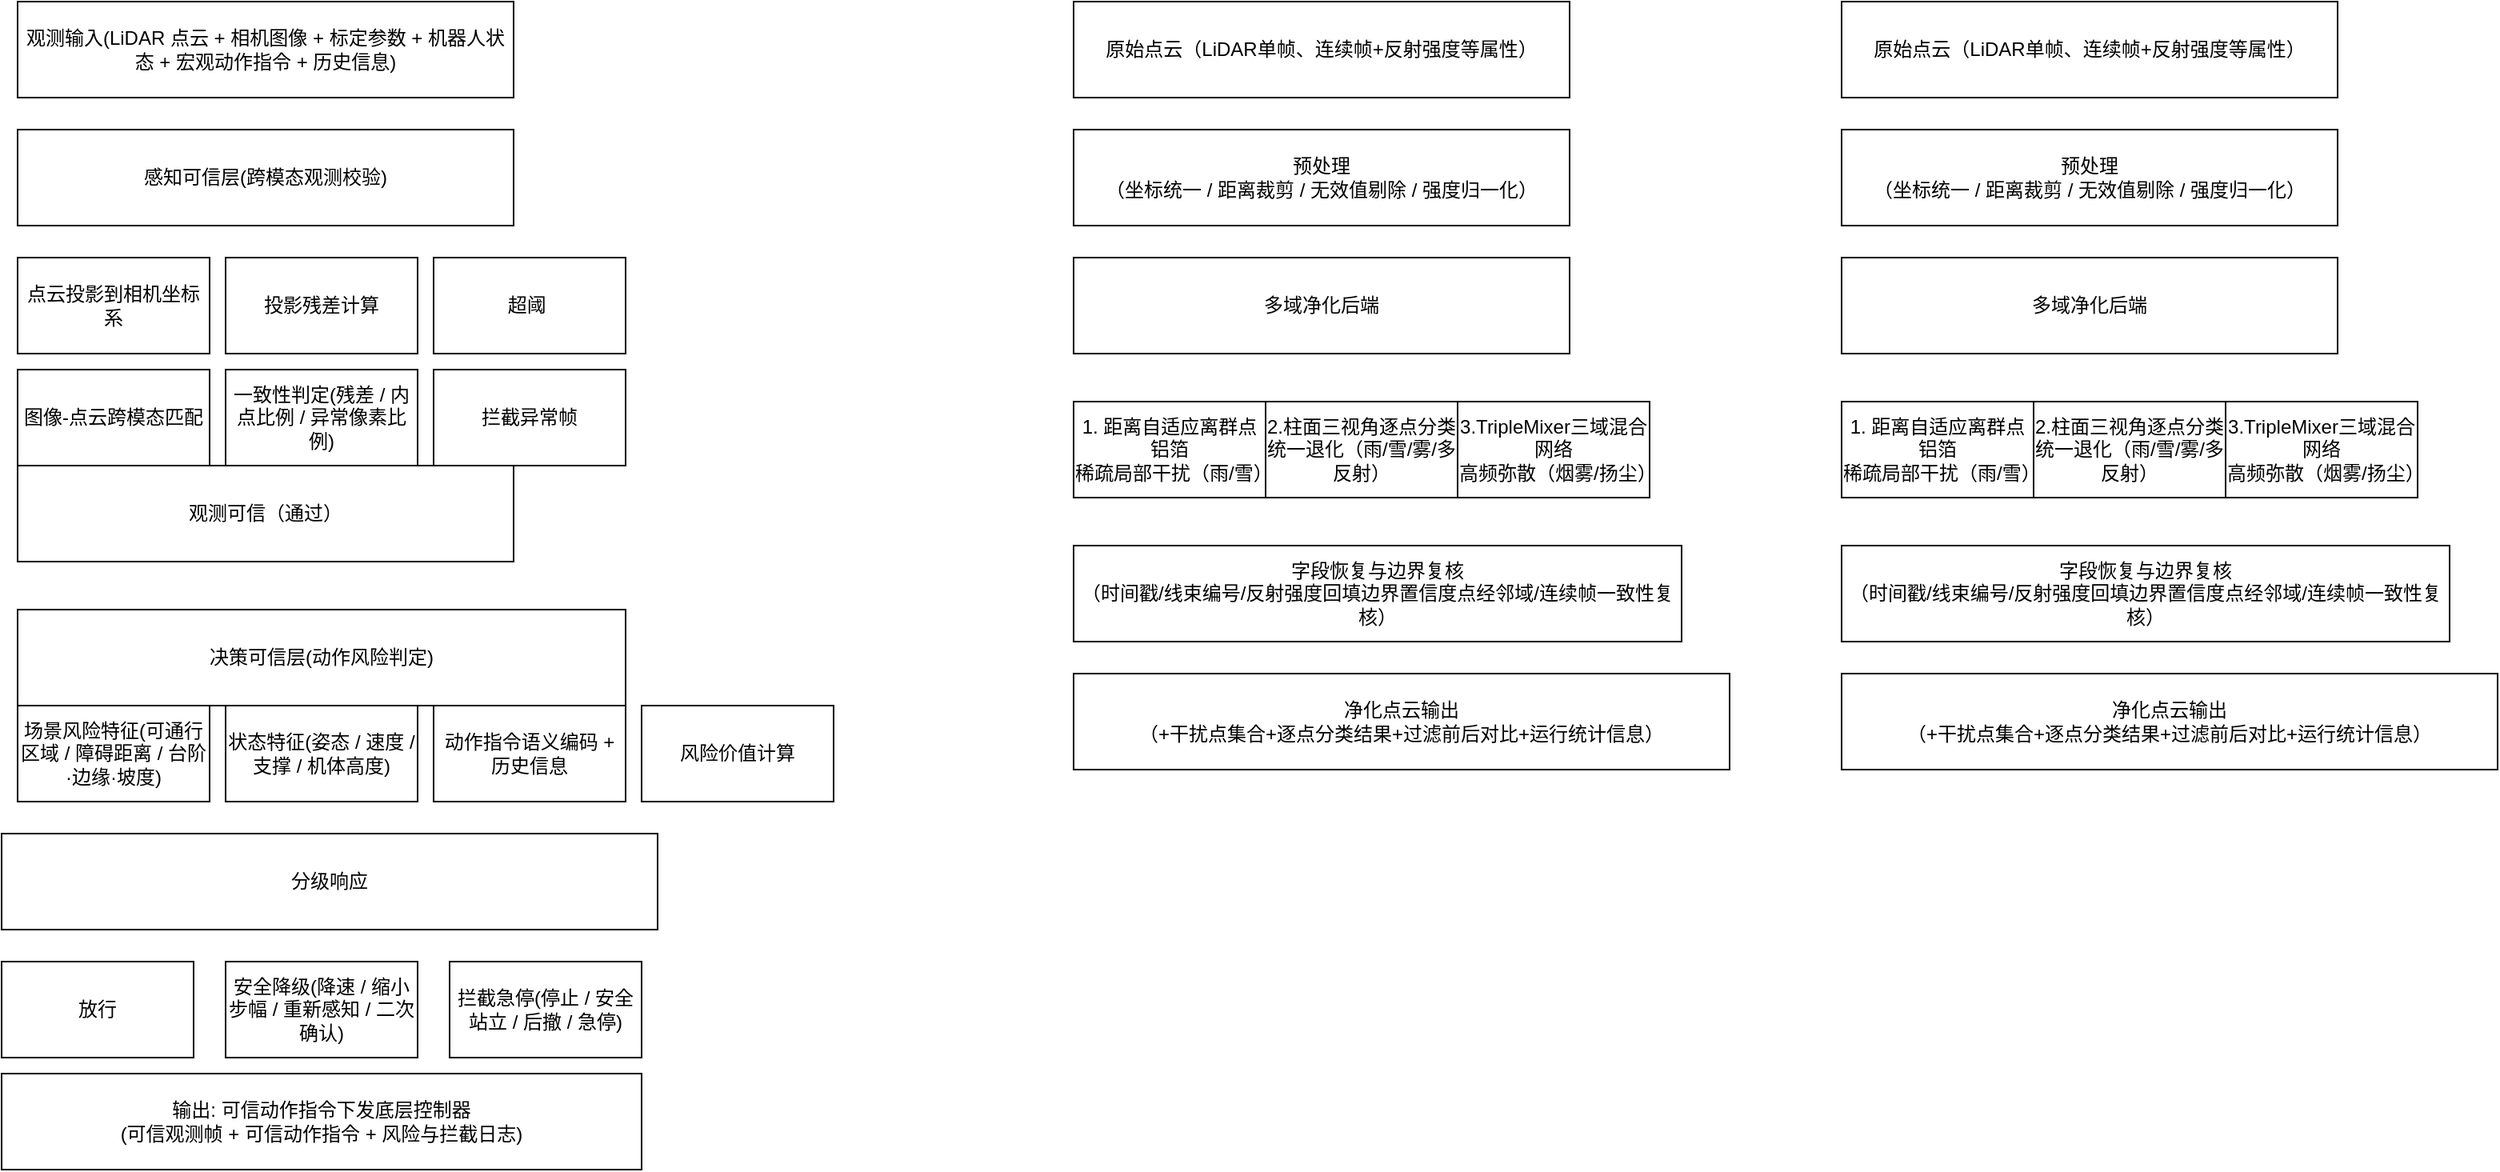
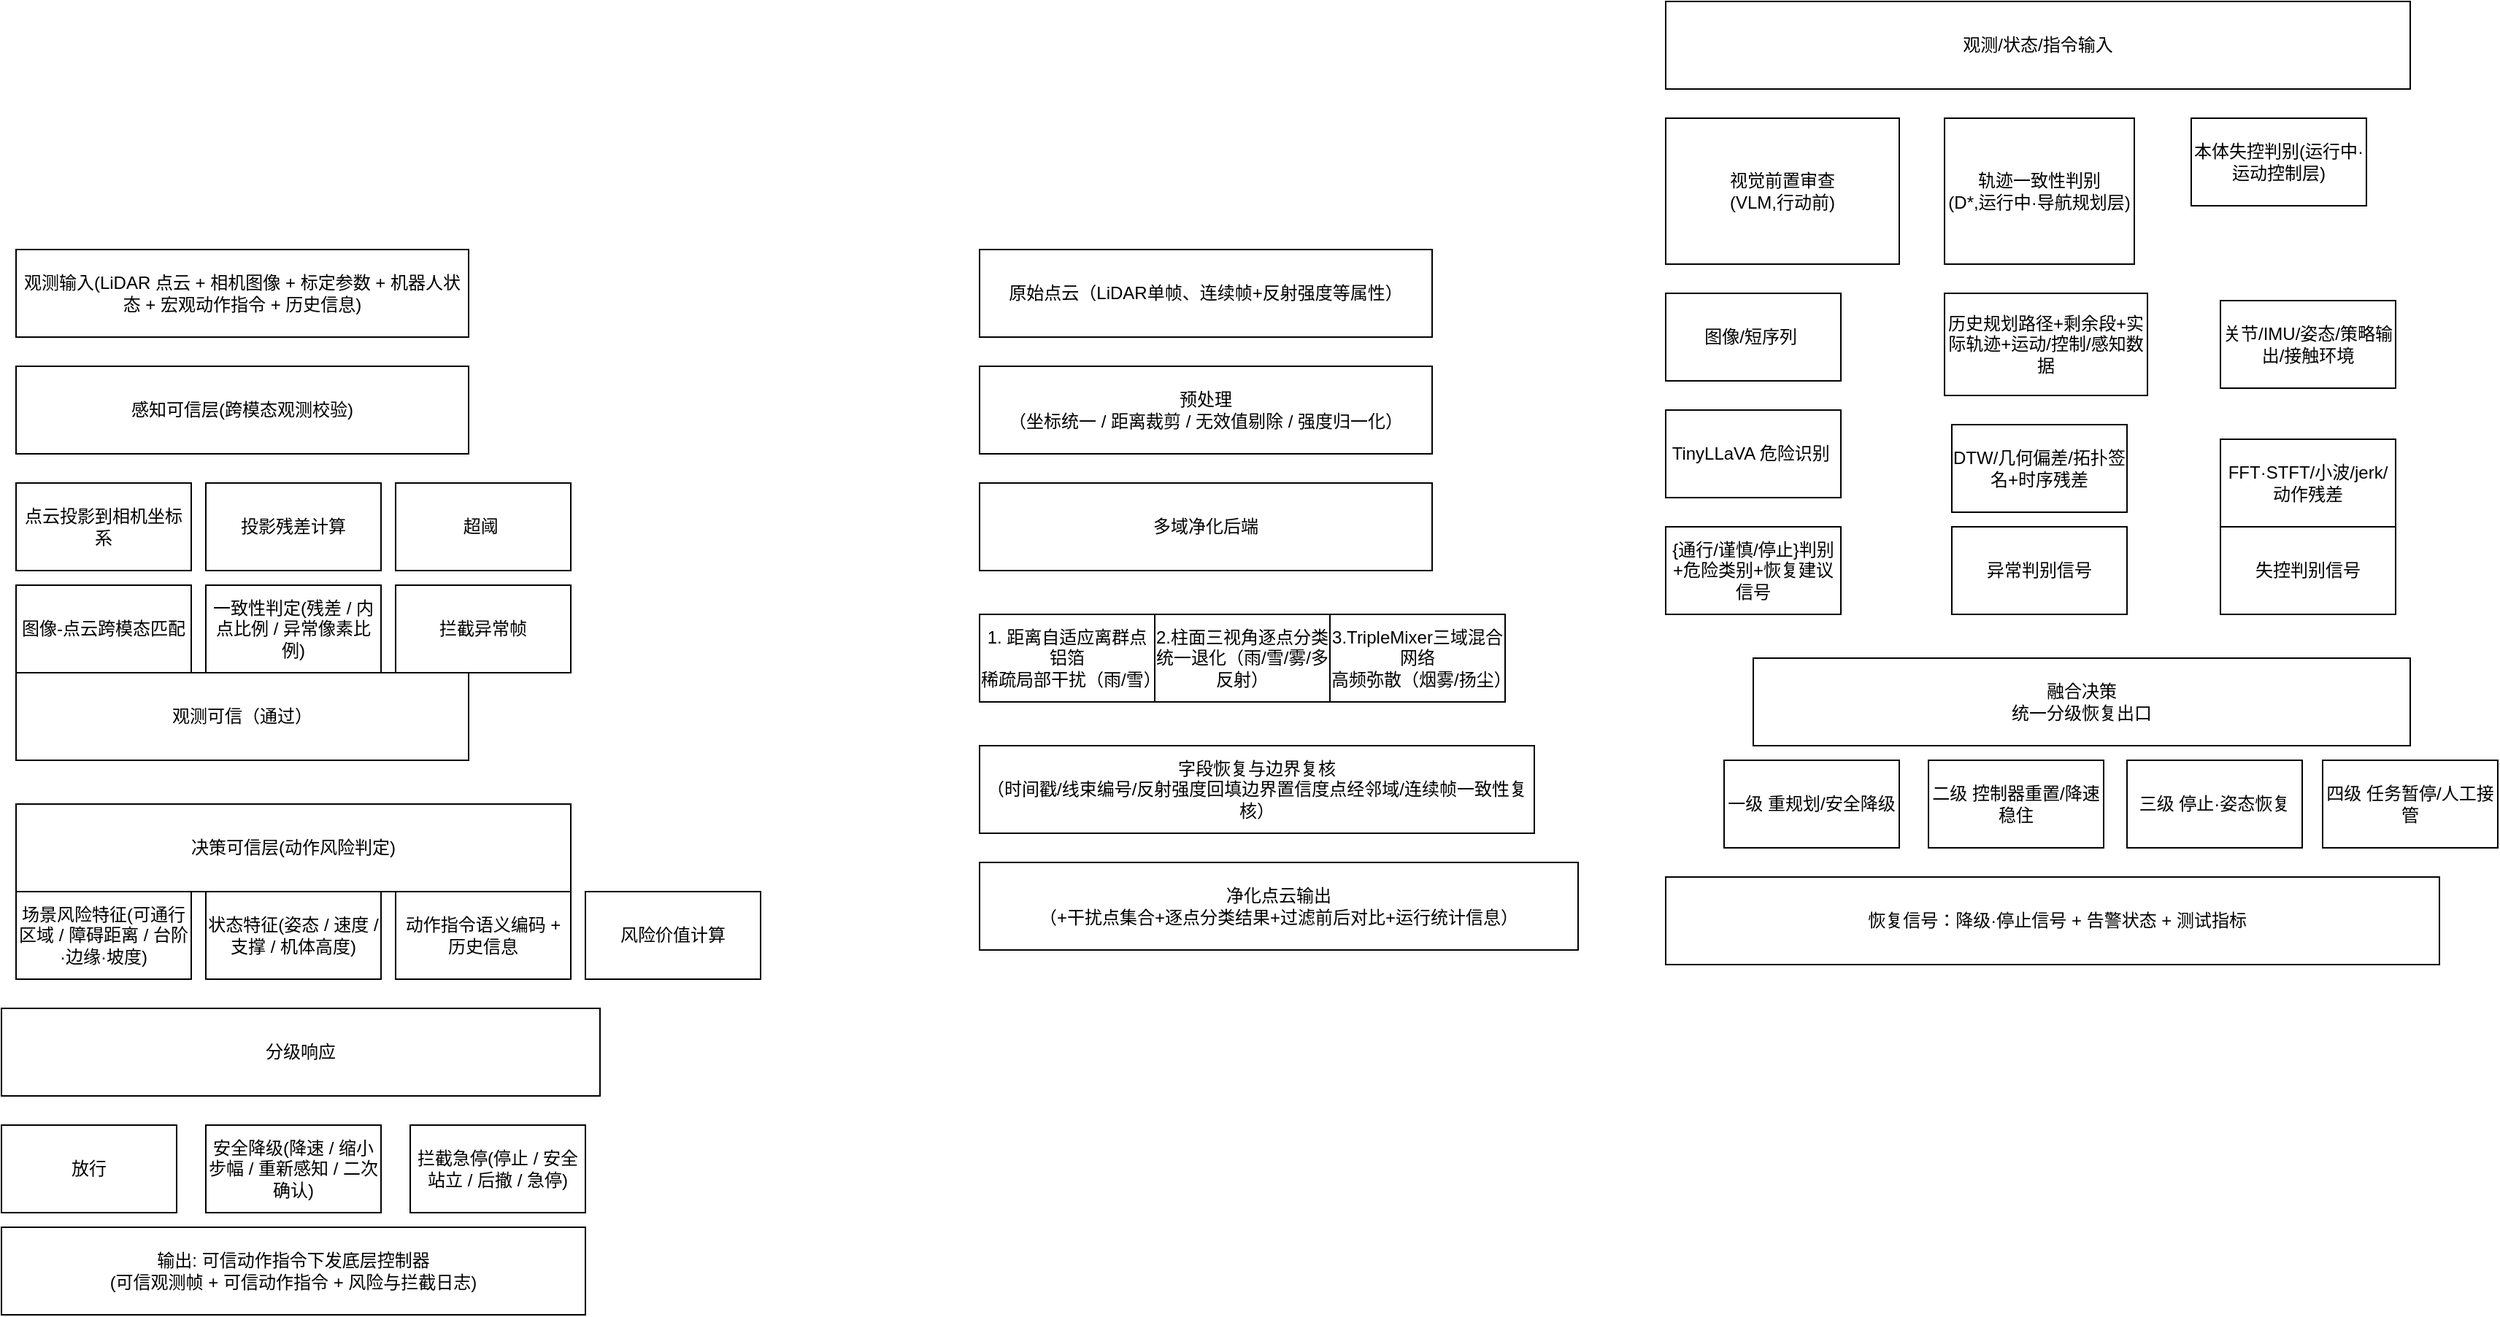
<mxfile host="app.diagrams.net">
  <diagram name="第 1 页" id="dQhYHDXbdkFcSWuIQUrr">
-     <mxGraphModel dx="1777" dy="858" grid="1" gridSize="10" guides="1" tooltips="1" connect="1" arrows="1" fold="1" page="1" pageScale="1" pageWidth="827" pageHeight="1169" math="0" shadow="0">
+     <mxGraphModel dx="5959" dy="4632" grid="1" gridSize="10" guides="1" tooltips="1" connect="1" arrows="1" fold="1" page="1" pageScale="1" pageWidth="827" pageHeight="1169" math="0" shadow="0">
      <root>
        <mxCell id="0" />
        <mxCell id="1" parent="0" />
        <mxCell id="31ud5ujLwNF54YdYqB_e-1" parent="1" style="rounded=0;whiteSpace=wrap;html=1;" value="观测输入(LiDAR 点云 + 相机图像 + 标定参数 + 机器人状态 + 宏观动作指令 + 历史信息)" vertex="1">
          <mxGeometry height="60" width="310" x="-90" y="190" as="geometry" />
        </mxCell>
        <mxCell id="31ud5ujLwNF54YdYqB_e-2" parent="1" style="rounded=0;whiteSpace=wrap;html=1;" value="感知可信层(跨模态观测校验)" vertex="1">
          <mxGeometry height="60" width="310" x="-90" y="270" as="geometry" />
        </mxCell>
        <mxCell id="31ud5ujLwNF54YdYqB_e-3" parent="1" style="rounded=0;whiteSpace=wrap;html=1;" value="观测可信（通过）" vertex="1">
          <mxGeometry height="60" width="310" x="-90" y="480" as="geometry" />
        </mxCell>
        <mxCell id="BFLlxgR6k2uAPhuwH8G4-3" parent="1" style="rounded=0;whiteSpace=wrap;html=1;" value="决策可信层(动作风险判定)" vertex="1">
          <mxGeometry height="60" width="380" x="-90" y="570" as="geometry" />
        </mxCell>
        <mxCell id="BFLlxgR6k2uAPhuwH8G4-4" parent="1" style="rounded=0;whiteSpace=wrap;html=1;" value="分级响应" vertex="1">
          <mxGeometry height="60" width="410" x="-100" y="710" as="geometry" />
        </mxCell>
        <mxCell id="BFLlxgR6k2uAPhuwH8G4-6" parent="1" style="rounded=0;whiteSpace=wrap;html=1;" value="原始点云（LiDAR单帧、连续帧+反射强度等属性）" vertex="1">
          <mxGeometry height="60" width="310" x="570" y="190" as="geometry" />
        </mxCell>
        <mxCell id="BFLlxgR6k2uAPhuwH8G4-7" parent="1" style="rounded=0;whiteSpace=wrap;html=1;" value="预处理&lt;div&gt;（坐标统一 / 距离裁剪 / 无效值剔除 / 强度归一化）&lt;/div&gt;" vertex="1">
          <mxGeometry height="60" width="310" x="570" y="270" as="geometry" />
        </mxCell>
        <mxCell id="BFLlxgR6k2uAPhuwH8G4-8" parent="1" style="rounded=0;whiteSpace=wrap;html=1;" value="多域净化后端" vertex="1">
          <mxGeometry height="60" width="310" x="570" y="350" as="geometry" />
        </mxCell>
        <mxCell id="BFLlxgR6k2uAPhuwH8G4-9" parent="1" style="rounded=0;whiteSpace=wrap;html=1;" value="1. 距离自适应离群点铝箔&lt;div&gt;稀疏局部干扰（雨/雪）&lt;/div&gt;" vertex="1">
          <mxGeometry height="60" width="120" x="570" y="440" as="geometry" />
        </mxCell>
        <mxCell id="BFLlxgR6k2uAPhuwH8G4-10" parent="1" style="rounded=0;whiteSpace=wrap;html=1;" value="2.柱面三视角逐点分类&lt;div&gt;统一退化（雨/雪/雾/多反射）&lt;/div&gt;" vertex="1">
          <mxGeometry height="60" width="120" x="690" y="440" as="geometry" />
        </mxCell>
        <mxCell id="BFLlxgR6k2uAPhuwH8G4-11" parent="1" style="rounded=0;whiteSpace=wrap;html=1;" value="3.TripleMixer三域混合网络&lt;div&gt;高频弥散（烟雾/扬尘）&lt;/div&gt;" vertex="1">
          <mxGeometry height="60" width="120" x="810" y="440" as="geometry" />
        </mxCell>
        <mxCell id="BFLlxgR6k2uAPhuwH8G4-12" parent="1" style="rounded=0;whiteSpace=wrap;html=1;" value="字段恢复与边界复核&lt;div&gt;（时间戳/线束编号/反射强度回填边界置信度点经邻域/连续帧一致性复核）&lt;/div&gt;" vertex="1">
          <mxGeometry height="60" width="380" x="570" y="530" as="geometry" />
        </mxCell>
        <mxCell id="BFLlxgR6k2uAPhuwH8G4-13" parent="1" style="rounded=0;whiteSpace=wrap;html=1;" value="净化点云输出&lt;div&gt;（+干扰点集合+逐点分类结果+过滤前后对比+运行统计信息）&lt;/div&gt;" vertex="1">
          <mxGeometry height="60" width="410" x="570" y="610" as="geometry" />
        </mxCell>
-         <mxCell id="BFLlxgR6k2uAPhuwH8G4-14" parent="1" style="rounded=0;whiteSpace=wrap;html=1;" value="原始点云（LiDAR单帧、连续帧+反射强度等属性）" vertex="1">
-           <mxGeometry height="60" width="310" x="1050" y="190" as="geometry" />
+         <mxCell id="BFLlxgR6k2uAPhuwH8G4-14" parent="1" style="rounded=0;whiteSpace=wrap;html=1;" value="观测/状态/指令输入" vertex="1">
+           <mxGeometry height="60" width="510" x="1040" y="20" as="geometry" />
        </mxCell>
-         <mxCell id="BFLlxgR6k2uAPhuwH8G4-15" parent="1" style="rounded=0;whiteSpace=wrap;html=1;" value="预处理&lt;div&gt;（坐标统一 / 距离裁剪 / 无效值剔除 / 强度归一化）&lt;/div&gt;" vertex="1">
-           <mxGeometry height="60" width="310" x="1050" y="270" as="geometry" />
+         <mxCell id="BFLlxgR6k2uAPhuwH8G4-15" parent="1" style="rounded=0;whiteSpace=wrap;html=1;" value="视觉前置审查&lt;div&gt;(VLM,行动前)&lt;/div&gt;" vertex="1">
+           <mxGeometry height="100" width="160" x="1040" y="100" as="geometry" />
        </mxCell>
-         <mxCell id="BFLlxgR6k2uAPhuwH8G4-16" parent="1" style="rounded=0;whiteSpace=wrap;html=1;" value="多域净化后端" vertex="1">
-           <mxGeometry height="60" width="310" x="1050" y="350" as="geometry" />
+         <mxCell id="BFLlxgR6k2uAPhuwH8G4-17" parent="1" style="rounded=0;whiteSpace=wrap;html=1;" value="{通行/谨慎/停止}判别+危险类别+恢复建议信号" vertex="1">
+           <mxGeometry height="60" width="120" x="1040" y="380" as="geometry" />
        </mxCell>
-         <mxCell id="BFLlxgR6k2uAPhuwH8G4-17" parent="1" style="rounded=0;whiteSpace=wrap;html=1;" value="1. 距离自适应离群点铝箔&lt;div&gt;稀疏局部干扰（雨/雪）&lt;/div&gt;" vertex="1">
-           <mxGeometry height="60" width="120" x="1050" y="440" as="geometry" />
+         <mxCell id="BFLlxgR6k2uAPhuwH8G4-18" parent="1" style="rounded=0;whiteSpace=wrap;html=1;" value="轨迹一致性判别&lt;div&gt;(D*,运行中·导航规划层)&lt;/div&gt;" vertex="1">
+           <mxGeometry height="100" width="130" x="1231" y="100" as="geometry" />
        </mxCell>
-         <mxCell id="BFLlxgR6k2uAPhuwH8G4-18" parent="1" style="rounded=0;whiteSpace=wrap;html=1;" value="2.柱面三视角逐点分类&lt;div&gt;统一退化（雨/雪/雾/多反射）&lt;/div&gt;" vertex="1">
-           <mxGeometry height="60" width="120" x="1170" y="440" as="geometry" />
+         <mxCell id="BFLlxgR6k2uAPhuwH8G4-19" parent="1" style="rounded=0;whiteSpace=wrap;html=1;" value="历史规划路径+剩余段+实际轨迹+运动/控制/感知数据" vertex="1">
+           <mxGeometry height="70" width="139" x="1231" y="220" as="geometry" />
        </mxCell>
-         <mxCell id="BFLlxgR6k2uAPhuwH8G4-19" parent="1" style="rounded=0;whiteSpace=wrap;html=1;" value="3.TripleMixer三域混合网络&lt;div&gt;高频弥散（烟雾/扬尘）&lt;/div&gt;" vertex="1">
-           <mxGeometry height="60" width="120" x="1290" y="440" as="geometry" />
+         <mxCell id="BFLlxgR6k2uAPhuwH8G4-20" parent="1" style="rounded=0;whiteSpace=wrap;html=1;" value="融合决策&lt;div&gt;统一分级恢复出口&lt;/div&gt;" vertex="1">
+           <mxGeometry height="60" width="450" x="1100" y="470" as="geometry" />
        </mxCell>
-         <mxCell id="BFLlxgR6k2uAPhuwH8G4-20" parent="1" style="rounded=0;whiteSpace=wrap;html=1;" value="字段恢复与边界复核&lt;div&gt;（时间戳/线束编号/反射强度回填边界置信度点经邻域/连续帧一致性复核）&lt;/div&gt;" vertex="1">
-           <mxGeometry height="60" width="380" x="1050" y="530" as="geometry" />
-         </mxCell>
-         <mxCell id="BFLlxgR6k2uAPhuwH8G4-21" parent="1" style="rounded=0;whiteSpace=wrap;html=1;" value="净化点云输出&lt;div&gt;（+干扰点集合+逐点分类结果+过滤前后对比+运行统计信息）&lt;/div&gt;" vertex="1">
-           <mxGeometry height="60" width="410" x="1050" y="610" as="geometry" />
+         <mxCell id="BFLlxgR6k2uAPhuwH8G4-21" parent="1" style="rounded=0;whiteSpace=wrap;html=1;" value="&amp;nbsp; 恢复信号：降级·停止信号 + 告警状态 + 测试指标" vertex="1">
+           <mxGeometry height="60" width="530" x="1040" y="620" as="geometry" />
        </mxCell>
        <mxCell id="BFLlxgR6k2uAPhuwH8G4-22" parent="1" style="rounded=0;whiteSpace=wrap;html=1;" value="点云投影到相机坐标系" vertex="1">
          <mxGeometry height="60" width="120" x="-90" y="350" as="geometry" />
        </mxCell>
        <mxCell id="BFLlxgR6k2uAPhuwH8G4-23" parent="1" style="rounded=0;whiteSpace=wrap;html=1;" value="图像-点云跨模态匹配" vertex="1">
          <mxGeometry height="60" width="120" x="-90" y="420" as="geometry" />
        </mxCell>
        <mxCell id="BFLlxgR6k2uAPhuwH8G4-24" parent="1" style="rounded=0;whiteSpace=wrap;html=1;" value="投影残差计算" vertex="1">
          <mxGeometry height="60" width="120" x="40" y="350" as="geometry" />
        </mxCell>
        <mxCell id="BFLlxgR6k2uAPhuwH8G4-25" parent="1" style="rounded=0;whiteSpace=wrap;html=1;" value="一致性判定(残差 / 内点比例 / 异常像素比例)" vertex="1">
          <mxGeometry height="60" width="120" x="40" y="420" as="geometry" />
        </mxCell>
        <mxCell id="BFLlxgR6k2uAPhuwH8G4-26" parent="1" style="rounded=0;whiteSpace=wrap;html=1;" value="超阈&amp;nbsp;" vertex="1">
          <mxGeometry height="60" width="120" x="170" y="350" as="geometry" />
        </mxCell>
        <mxCell id="BFLlxgR6k2uAPhuwH8G4-27" parent="1" style="rounded=0;whiteSpace=wrap;html=1;" value="拦截异常帧" vertex="1">
          <mxGeometry height="60" width="120" x="170" y="420" as="geometry" />
        </mxCell>
        <mxCell id="BFLlxgR6k2uAPhuwH8G4-28" parent="1" style="rounded=0;whiteSpace=wrap;html=1;" value="场景风险特征(可通行区域 / 障碍距离 / 台阶·边缘·坡度)" vertex="1">
          <mxGeometry height="60" width="120" x="-90" y="630" as="geometry" />
        </mxCell>
        <mxCell id="BFLlxgR6k2uAPhuwH8G4-29" parent="1" style="rounded=0;whiteSpace=wrap;html=1;" value="状态特征(姿态 / 速度 / 支撑 / 机体高度)" vertex="1">
          <mxGeometry height="60" width="120" x="40" y="630" as="geometry" />
        </mxCell>
        <mxCell id="BFLlxgR6k2uAPhuwH8G4-30" parent="1" style="rounded=0;whiteSpace=wrap;html=1;" value="动作指令语义编码 + 历史信息" vertex="1">
          <mxGeometry height="60" width="120" x="170" y="630" as="geometry" />
        </mxCell>
        <mxCell id="BFLlxgR6k2uAPhuwH8G4-31" parent="1" style="rounded=0;whiteSpace=wrap;html=1;" value="风险价值计算" vertex="1">
          <mxGeometry height="60" width="120" x="300" y="630" as="geometry" />
        </mxCell>
        <mxCell id="BFLlxgR6k2uAPhuwH8G4-32" parent="1" style="rounded=0;whiteSpace=wrap;html=1;" value="放行" vertex="1">
          <mxGeometry height="60" width="120" x="-100" y="790" as="geometry" />
        </mxCell>
        <mxCell id="BFLlxgR6k2uAPhuwH8G4-33" parent="1" style="rounded=0;whiteSpace=wrap;html=1;" value="输出: 可信动作指令下发底层控制器&lt;div&gt;(可信观测帧 + 可信动作指令 + 风险与拦截日志)&lt;/div&gt;" vertex="1">
          <mxGeometry height="60" width="400" x="-100" y="860" as="geometry" />
        </mxCell>
        <mxCell id="BFLlxgR6k2uAPhuwH8G4-34" parent="1" style="rounded=0;whiteSpace=wrap;html=1;" value="安全降级(降速 / 缩小步幅 / 重新感知 / 二次确认)" vertex="1">
          <mxGeometry height="60" width="120" x="40" y="790" as="geometry" />
        </mxCell>
        <mxCell id="BFLlxgR6k2uAPhuwH8G4-35" parent="1" style="rounded=0;whiteSpace=wrap;html=1;" value="拦截急停(停止 / 安全站立 / 后撤 / 急停)" vertex="1">
          <mxGeometry height="60" width="120" x="180" y="790" as="geometry" />
        </mxCell>
+         <mxCell id="BFLlxgR6k2uAPhuwH8G4-36" parent="1" style="rounded=0;whiteSpace=wrap;html=1;" value="图像/短序列&amp;nbsp;" vertex="1">
+           <mxGeometry height="60" width="120" x="1040" y="220" as="geometry" />
+         </mxCell>
+         <mxCell id="BFLlxgR6k2uAPhuwH8G4-37" parent="1" style="rounded=0;whiteSpace=wrap;html=1;" value="TinyLLaVA 危险识别&amp;nbsp;" vertex="1">
+           <mxGeometry height="60" width="120" x="1040" y="300" as="geometry" />
+         </mxCell>
+         <mxCell id="BFLlxgR6k2uAPhuwH8G4-39" parent="1" style="rounded=0;whiteSpace=wrap;html=1;" value="DTW/几何偏差/拓扑签名+时序残差" vertex="1">
+           <mxGeometry height="60" width="120" x="1236" y="310" as="geometry" />
+         </mxCell>
+         <mxCell id="BFLlxgR6k2uAPhuwH8G4-40" parent="1" style="rounded=0;whiteSpace=wrap;html=1;" value="异常判别信号" vertex="1">
+           <mxGeometry height="60" width="120" x="1236" y="380" as="geometry" />
+         </mxCell>
+         <mxCell id="BFLlxgR6k2uAPhuwH8G4-41" parent="1" style="rounded=0;whiteSpace=wrap;html=1;" value="本体失控判别(运行中·运动控制层)" vertex="1">
+           <mxGeometry height="60" width="120" x="1400" y="100" as="geometry" />
+         </mxCell>
+         <mxCell id="BFLlxgR6k2uAPhuwH8G4-42" parent="1" style="rounded=0;whiteSpace=wrap;html=1;" value="关节/IMU/姿态/策略输出/接触环境" vertex="1">
+           <mxGeometry height="60" width="120" x="1420" y="225" as="geometry" />
+         </mxCell>
+         <mxCell id="BFLlxgR6k2uAPhuwH8G4-43" parent="1" style="rounded=0;whiteSpace=wrap;html=1;" value="FFT·STFT/小波/jerk/动作残差" vertex="1">
+           <mxGeometry height="60" width="120" x="1420" y="320" as="geometry" />
+         </mxCell>
+         <mxCell id="BFLlxgR6k2uAPhuwH8G4-44" parent="1" style="rounded=0;whiteSpace=wrap;html=1;" value="失控判别信号" vertex="1">
+           <mxGeometry height="60" width="120" x="1420" y="380" as="geometry" />
+         </mxCell>
+         <mxCell id="BFLlxgR6k2uAPhuwH8G4-45" parent="1" style="rounded=0;whiteSpace=wrap;html=1;" value="一级 重规划/安全降级" vertex="1">
+           <mxGeometry height="60" width="120" x="1080" y="540" as="geometry" />
+         </mxCell>
+         <mxCell id="BFLlxgR6k2uAPhuwH8G4-46" parent="1" style="rounded=0;whiteSpace=wrap;html=1;" value="二级 控制器重置/降速稳住" vertex="1">
+           <mxGeometry height="60" width="120" x="1220" y="540" as="geometry" />
+         </mxCell>
+         <mxCell id="BFLlxgR6k2uAPhuwH8G4-47" parent="1" style="rounded=0;whiteSpace=wrap;html=1;" value="三级 停止·姿态恢复" vertex="1">
+           <mxGeometry height="60" width="120" x="1356" y="540" as="geometry" />
+         </mxCell>
+         <mxCell id="BFLlxgR6k2uAPhuwH8G4-48" parent="1" style="rounded=0;whiteSpace=wrap;html=1;" value="四级 任务暂停/人工接管" vertex="1">
+           <mxGeometry height="60" width="120" x="1490" y="540" as="geometry" />
+         </mxCell>
      </root>
    </mxGraphModel>
  </diagram>
</mxfile>
